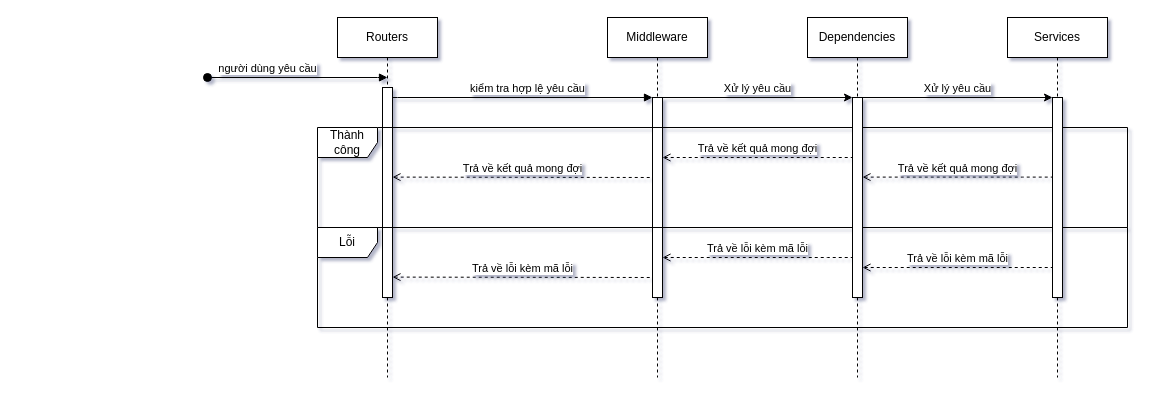
Earlier version of the draw.io diagram Diagrams/sequence/Sơ đồ Sequence xử lý routes.drawio (VennDev/EC-Recommend-System-Old). Source tidied: cells renumbered, new cells numbered last; positions are measured from the earlier drawing's top-left corner, leaving out a move shared by most shapes. Both pictures are drawn from the tidied source at 100%, with x=0, y=0 at pixel (207, 17).
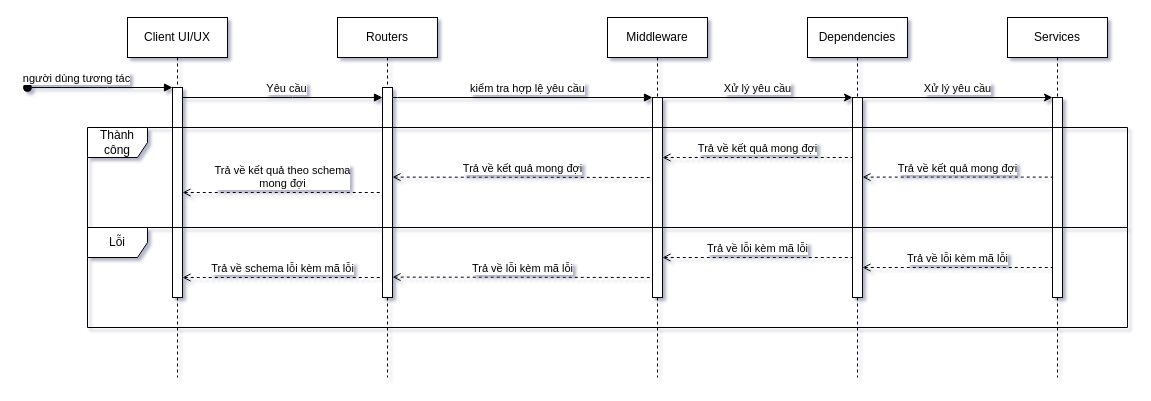
After the change.

The change refers to these unchanged cells:
```xml
<mxCell id="2" value="Routers" style="shape=umlLifeline;perimeter=lifelinePerimeter;whiteSpace=wrap;html=1;newEdgeStyle={&quot;edgeStyle&quot;:&quot;elbowEdgeStyle&quot;,&quot;elbow&quot;:&quot;vertical&quot;,&quot;curved&quot;:0,&quot;rounded&quot;:0};" parent="1" vertex="1">
  <mxGeometry x="130" width="100" height="360" as="geometry" />
</mxCell>
<mxCell id="3" style="html=1;points=[];perimeter=orthogonalPerimeter;outlineConnect=0;targetShapes=umlLifeline;portConstraint=eastwest;newEdgeStyle={&quot;edgeStyle&quot;:&quot;elbowEdgeStyle&quot;,&quot;elbow&quot;:&quot;vertical&quot;,&quot;curved&quot;:0,&quot;rounded&quot;:0};" parent="2" vertex="1">
  <mxGeometry x="45" y="70" width="10" height="210" as="geometry" />
</mxCell>
```

Diff of the diagram source:
```diff
@@
-    <mxCell id="4" value="người dùng yêu cầu" style="html=1;verticalAlign=bottom;startArrow=oval;endArrow=block;startSize=8;edgeStyle=elbowEdgeStyle;elbow=vertical;curved=0;rounded=0;" parent="2" edge="1">
+    <mxCell id="4" value="người dùng tương tác" style="html=1;verticalAlign=bottom;startArrow=oval;endArrow=block;startSize=8;edgeStyle=elbowEdgeStyle;elbow=vertical;curved=0;rounded=0;" parent="2" edge="1" target="25">
       <mxGeometry x="-0.33" relative="1" as="geometry">
-        <mxPoint x="-130" y="60" as="sourcePoint" />
-        <mxPoint x="50" y="60" as="targetPoint" />
+        <mxPoint x="-310" y="70" as="sourcePoint" />
         <Array as="points">
+          <mxPoint x="-230" y="70" />
+          <mxPoint x="-220" y="60" />
           <mxPoint x="40" y="60" />
         </Array>
       </mxGeometry>
     </mxCell>
@@
-    <mxCell id="8" value="Trả về kết quả mong đợi" style="html=1;verticalAlign=bottom;endArrow=none;dashed=1;endSize=8;edgeStyle=elbowEdgeStyle;elbow=vertical;curved=0;rounded=0;endFill=0;startArrow=open;startFill=0;" parent="1" edge="1">
+    <mxCell id="8" value="Trả về kết quả mong đợi" style="html=1;verticalAlign=bottom;endArrow=none;dashed=1;endSize=8;edgeStyle=elbowEdgeStyle;elbow=vertical;curved=0;rounded=0;endFill=0;startArrow=open;startFill=0;" parent="1" edge="1">
       <mxGeometry relative="1" as="geometry">
         <mxPoint x="185" y="159.6" as="sourcePoint" />
         <mxPoint x="445" y="159.6" as="targetPoint" />
       </mxGeometry>
     </mxCell>
-    <mxCell id="9" value="Thành công" style="shape=umlFrame;whiteSpace=wrap;html=1;" parent="1" vertex="1">
-      <mxGeometry x="110" y="110" width="810" height="100" as="geometry" />
-    </mxCell>
-    <mxCell id="10" value="Lỗi" style="shape=umlFrame;whiteSpace=wrap;html=1;" parent="1" vertex="1">
-      <mxGeometry x="110" y="210" width="810" height="100" as="geometry" />
-    </mxCell>
-    <mxCell id="11" value="Trả về lỗi kèm mã lỗi" style="html=1;verticalAlign=bottom;endArrow=none;dashed=1;endSize=8;edgeStyle=elbowEdgeStyle;elbow=vertical;curved=0;rounded=0;endFill=0;startArrow=open;startFill=0;" parent="1" edge="1">
+    <mxCell id="11" value="Trả về lỗi kèm mã lỗi" style="html=1;verticalAlign=bottom;endArrow=none;dashed=1;endSize=8;edgeStyle=elbowEdgeStyle;elbow=vertical;curved=0;rounded=0;endFill=0;startArrow=open;startFill=0;" parent="1" edge="1">
       <mxGeometry relative="1" as="geometry">
         <mxPoint x="185" y="259.6" as="sourcePoint" />
         <mxPoint x="445" y="259.9" as="targetPoint" />
       </mxGeometry>
     </mxCell>
@@
+    <mxCell id="24" value="Client UI/UX" style="shape=umlLifeline;perimeter=lifelinePerimeter;whiteSpace=wrap;html=1;newEdgeStyle={&quot;edgeStyle&quot;:&quot;elbowEdgeStyle&quot;,&quot;elbow&quot;:&quot;vertical&quot;,&quot;curved&quot;:0,&quot;rounded&quot;:0};" parent="1" vertex="1">
+      <mxGeometry x="-80" width="100" height="360" as="geometry" />
+    </mxCell>
+    <mxCell id="25" style="html=1;points=[];perimeter=orthogonalPerimeter;outlineConnect=0;targetShapes=umlLifeline;portConstraint=eastwest;newEdgeStyle={&quot;edgeStyle&quot;:&quot;elbowEdgeStyle&quot;,&quot;elbow&quot;:&quot;vertical&quot;,&quot;curved&quot;:0,&quot;rounded&quot;:0};" parent="24" vertex="1">
+      <mxGeometry x="45" y="70" width="10" height="210" as="geometry" />
+    </mxCell>
+    <mxCell id="26" value="Trả về kết quả theo schema&lt;br&gt;mong đợi" style="html=1;verticalAlign=bottom;endArrow=none;dashed=1;endSize=8;edgeStyle=elbowEdgeStyle;elbow=vertical;curved=0;rounded=0;endFill=0;startArrow=open;startFill=0;" parent="1" edge="1" source="25" target="3">
+      <mxGeometry relative="1" as="geometry">
+        <Array as="points">
+          <mxPoint x="60" y="175" />
+          <mxPoint x="50" y="140" />
+          <mxPoint x="30" y="260" />
+          <mxPoint x="90" y="190" />
+          <mxPoint x="180" y="190" />
+        </Array>
+      </mxGeometry>
+    </mxCell>
+    <mxCell id="27" value="Trả về schema lỗi kèm mã lỗi" style="html=1;verticalAlign=bottom;endArrow=none;dashed=1;endSize=8;edgeStyle=elbowEdgeStyle;elbow=vertical;curved=0;rounded=0;endFill=0;startArrow=open;startFill=0;" parent="1" edge="1" source="25" target="3">
+      <mxGeometry relative="1" as="geometry">
+        <Array as="points">
+          <mxPoint x="50" y="260" />
+        </Array>
+      </mxGeometry>
+    </mxCell>
+    <mxCell id="28" value="Yêu cầu" style="html=1;verticalAlign=bottom;endArrow=block;edgeStyle=elbowEdgeStyle;elbow=vertical;curved=0;rounded=0;" parent="1" edge="1" source="25" target="3">
+      <mxGeometry x="0.04" relative="1" as="geometry">
+        <Array as="points">
+          <mxPoint x="85" y="80" />
+        </Array>
+      </mxGeometry>
+    </mxCell>
+    <mxCell id="10" value="Lỗi" style="shape=umlFrame;whiteSpace=wrap;html=1;" parent="1" vertex="1">
+      <mxGeometry x="-120" y="210" width="1040" height="100" as="geometry" />
+    </mxCell>
+    <mxCell id="9" value="Thành công" style="shape=umlFrame;whiteSpace=wrap;html=1;" parent="1" vertex="1">
+      <mxGeometry x="-120" y="110" width="1040" height="100" as="geometry" />
+    </mxCell>
```
